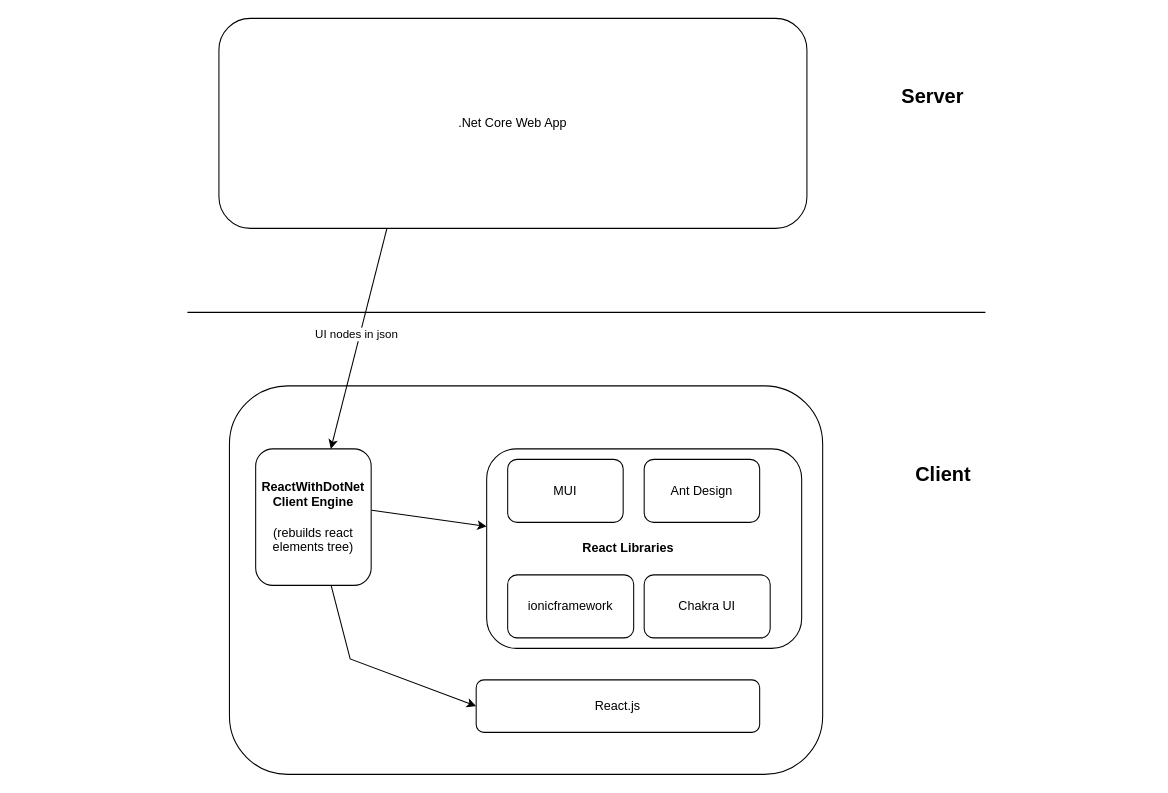
Earlier version of the draw.io diagram ReactWithDotNet.WebSite/wwwroot/assets/TechnicalDetail1.drawio (beyaz/ReactWithDotNet). Source tidied: cells renumbered, new cells numbered last; positions are measured from the earlier drawing's top-left corner, leaving out a move shared by most shapes. Both pictures are drawn from the tidied source at 105%, with x=0, y=0 at pixel (187, 18).
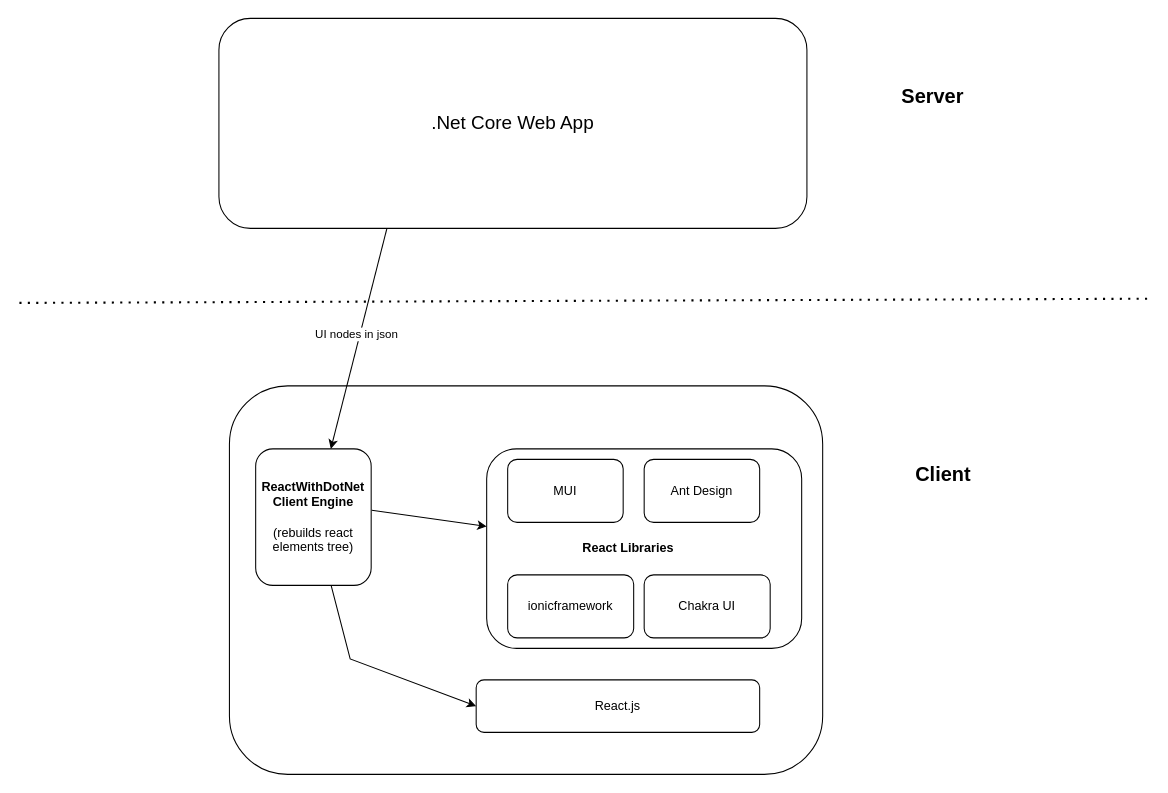
Above is the later version.

Change to the diagram source:
```diff
@@
-    <mxCell id="15" style="endArrow=none;html=1;rounded=0;" parent="1" edge="1">
-      <mxGeometry relative="1" as="geometry">
-        <mxPoint y="280" as="sourcePoint" />
-        <mxPoint x="760" y="280" as="targetPoint" />
-      </mxGeometry>
-    </mxCell>
@@
-    <mxCell id="17" value=".Net Core Web App" style="rounded=1;whiteSpace=wrap;html=1;" parent="1" vertex="1">
+    <mxCell id="17" value="&lt;font style=&quot;font-size: 18px;&quot;&gt;.Net Core Web App&lt;/font&gt;" style="rounded=1;whiteSpace=wrap;html=1;" parent="1" vertex="1">
       <mxGeometry x="30" width="560" height="200" as="geometry" />
     </mxCell>
@@
+    <mxCell id="19" style="endArrow=none;dashed=1;html=1;dashPattern=1 3;strokeWidth=2;rounded=0;" parent="1" edge="1">
+      <mxGeometry relative="1" as="geometry">
+        <mxPoint x="-160" y="271" as="sourcePoint" />
+        <mxPoint x="915" y="267" as="targetPoint" />
+      </mxGeometry>
+    </mxCell>
```
